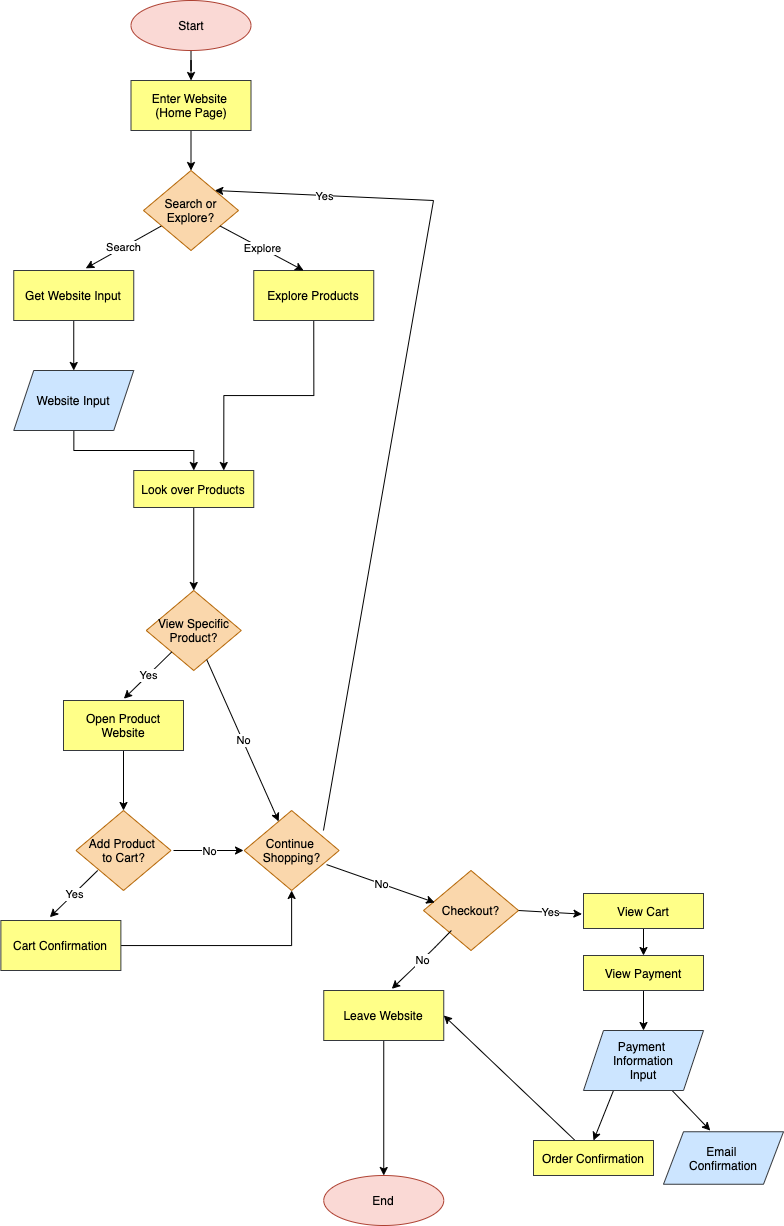
Before: part2/part2.drawio.png, a diagram exported from draw.io (anoushkadave/wi21-cse110-lab4). Source tidied: cells renumbered, new cells last; positions are measured from the earlier drawing's top-left corner, leaving out a move shared by most shapes.
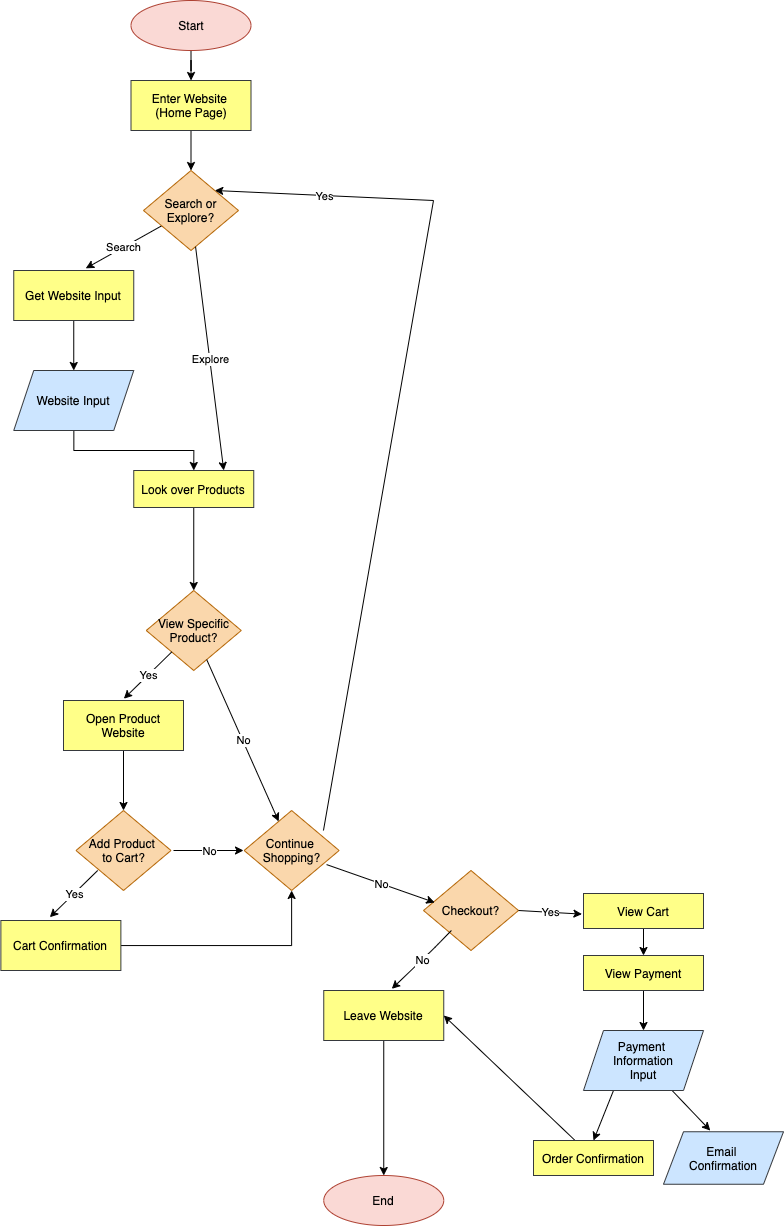
Later version of the same file.

Commit message:
part 3 debugging

The edit, as a diff of the source:
```diff
@@ -11,12 +11,6 @@
     <mxCell id="4" value="Search or Explore?" style="rhombus;whiteSpace=wrap;html=1;fillColor=#fad7ac;strokeColor=#b46504;fontColor=#000000;" parent="1" vertex="1">
       <mxGeometry x="143" y="170" width="95" height="80" as="geometry" />
     </mxCell>
-    <mxCell id="5" style="edgeStyle=orthogonalEdgeStyle;rounded=0;jettySize=auto;html=1;exitX=0.5;exitY=1;exitDx=0;exitDy=0;entryX=0.75;entryY=0;entryDx=0;entryDy=0;fontColor=#FFFFFF;" parent="1" edge="1" source="6" target="10">
-      <mxGeometry relative="1" as="geometry" />
-    </mxCell>
-    <mxCell id="6" value="Explore Products" style="rounded=0;whiteSpace=wrap;html=1;fillColor=#ffff88;strokeColor=#36393d;fontColor=#000000;" parent="1" vertex="1">
-      <mxGeometry x="253.2" y="270" width="120" height="50" as="geometry" />
-    </mxCell>
     <mxCell id="7" style="edgeStyle=orthogonalEdgeStyle;rounded=0;jettySize=auto;html=1;entryX=0.5;entryY=0;entryDx=0;entryDy=0;fontColor=#000000;" parent="1" edge="1" source="8" target="10">
       <mxGeometry relative="1" as="geometry" />
     </mxCell>
@@ -121,7 +115,7 @@
     <mxCell id="40" value="No&lt;br&gt;" style="edgeLabel;html=1;align=center;verticalAlign=middle;" parent="39" vertex="1">
       <mxGeometry relative="1" as="geometry" />
     </mxCell>
-    <mxCell id="41" style="endArrow=classic;html=1;fontColor=#000000;entryX=0.415;entryY=0;entryDx=0;entryDy=0;entryPerimeter=0;" parent="1" edge="1" source="4" target="6">
+    <mxCell id="41" style="endArrow=classic;html=1;fontColor=#000000;entryX=0.75;entryY=0;entryDx=0;entryDy=0;" parent="1" edge="1" source="4" target="10">
       <mxGeometry relative="1" as="geometry" />
     </mxCell>
     <mxCell id="42" value="Explore" style="edgeLabel;html=1;align=center;verticalAlign=middle;" parent="41" vertex="1">
```
